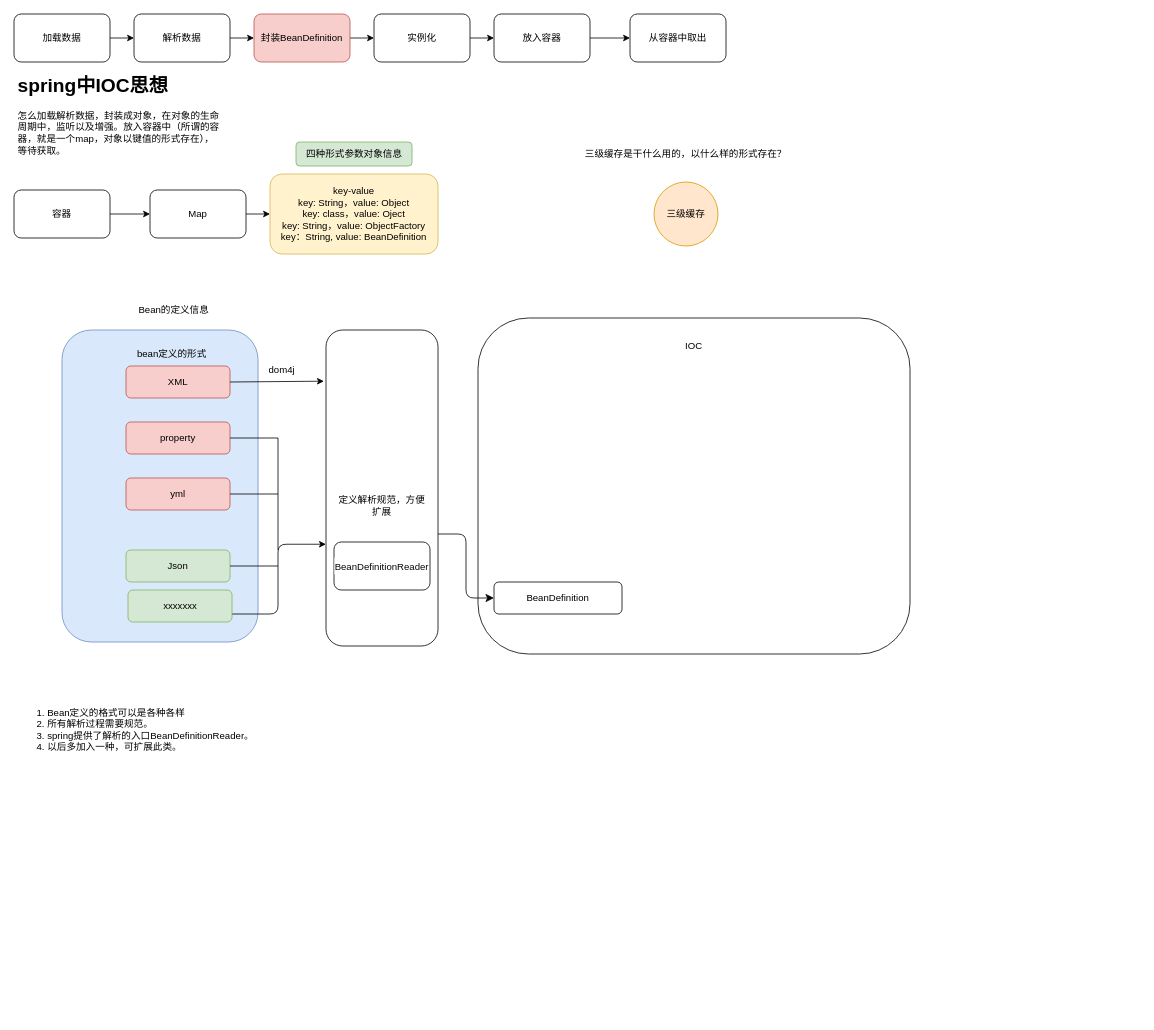
Earlier version of the draw.io diagram spring流程图.drawio (huangkemingyyds/drawing). Source tidied: cells renumbered, new cells numbered last; positions are measured from the earlier drawing's top-left corner, leaving out a move shared by most shapes. Both pictures are drawn from the tidied source at 80%, with x=0, y=0 at pixel (14, 14).
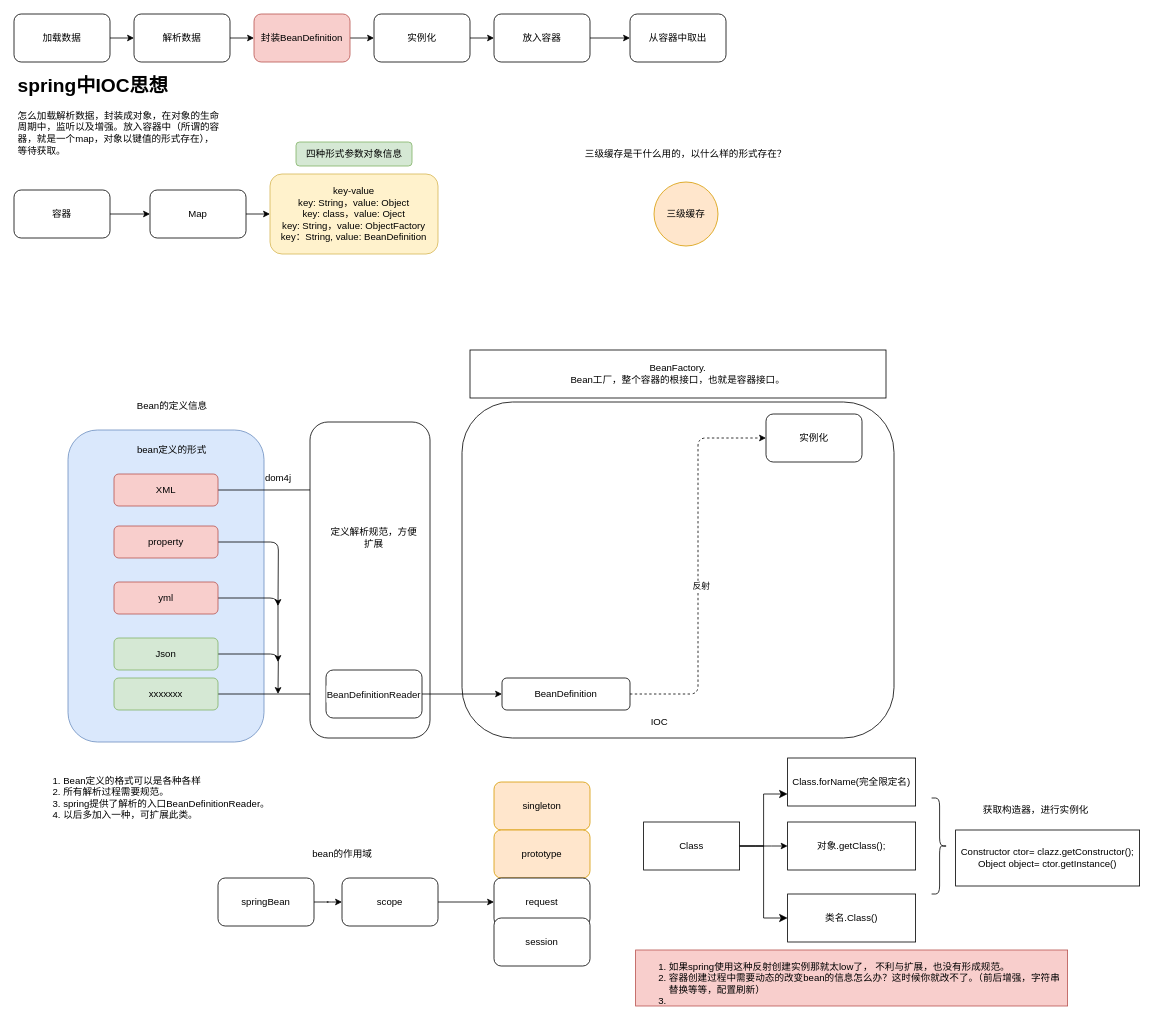
After the change.

Commit message (it also covers changes not shown here):
更新spring流程图.drawio

Change to the diagram source:
```diff
@@
-    <mxCell id="2" style="rounded=1;whiteSpace=wrap;html=1;fillColor=#dae8fc;strokeColor=#6c8ebf;" parent="1" vertex="1">
-      <mxGeometry x="60" y="395" width="245" height="390" as="geometry" />
+    <mxCell id="2" style="rounded=1;whiteSpace=wrap;html=1;fillColor=#dae8fc;strokeColor=#6c8ebf;arcSize=15;shadow=0;" parent="1" vertex="1">
+      <mxGeometry x="67.5" y="520" width="245" height="390" as="geometry" />
     </mxCell>
@@
-    <mxCell id="23" style="rounded=1;whiteSpace=wrap;html=1;" parent="1" vertex="1">
-      <mxGeometry x="580" y="380" width="540" height="420" as="geometry" />
+    <mxCell id="23" style="rounded=1;whiteSpace=wrap;html=1;shadow=0;" parent="1" vertex="1">
+      <mxGeometry x="560" y="485" width="540" height="420" as="geometry" />
     </mxCell>
-    <mxCell id="24" value="IOC" style="text;html=1;strokeColor=none;fillColor=none;align=center;verticalAlign=middle;whiteSpace=wrap;rounded=1;strokeWidth=3;" parent="1" vertex="1">
-      <mxGeometry x="820" y="400" width="60" height="30" as="geometry" />
+    <mxCell id="24" value="IOC" style="text;html=1;strokeColor=none;fillColor=none;align=center;verticalAlign=middle;whiteSpace=wrap;rounded=1;strokeWidth=3;shadow=0;" parent="1" vertex="1">
+      <mxGeometry x="777" y="870" width="60" height="30" as="geometry" />
     </mxCell>
-    <mxCell id="25" style="edgeStyle=orthogonalEdgeStyle;rounded=1;orthogonalLoop=1;jettySize=auto;html=1;exitX=0.5;exitY=1;exitDx=0;exitDy=0;" parent="1" edge="1" source="24" target="24">
+    <mxCell id="25" style="edgeStyle=orthogonalEdgeStyle;rounded=1;orthogonalLoop=1;jettySize=auto;html=1;exitX=0.5;exitY=1;exitDx=0;exitDy=0;shadow=0;" parent="1" edge="1" source="24" target="24">
       <mxGeometry relative="1" as="geometry" />
     </mxCell>
+    <mxCell id="46" style="edgeStyle=orthogonalEdgeStyle;rounded=1;jettySize=auto;html=1;entryX=0.071;entryY=0.215;entryDx=0;entryDy=0;entryPerimeter=0;" parent="1" edge="1" source="26" target="35">
+      <mxGeometry relative="1" as="geometry" />
+    </mxCell>
-    <mxCell id="26" value="XML" style="rounded=1;whiteSpace=wrap;html=1;fillColor=#f8cecc;strokeColor=#b85450;" parent="1" vertex="1">
-      <mxGeometry x="140" y="440" width="130" height="40" as="geometry" />
+    <mxCell id="26" value="XML" style="rounded=1;whiteSpace=wrap;html=1;fillColor=#f8cecc;strokeColor=#b85450;shadow=0;" parent="1" vertex="1">
+      <mxGeometry x="125" y="575" width="130" height="40" as="geometry" />
     </mxCell>
-    <mxCell id="27" value="Bean的定义信息" style="text;html=1;strokeColor=none;fillColor=none;align=center;verticalAlign=middle;whiteSpace=wrap;rounded=1;" parent="1" vertex="1">
-      <mxGeometry x="150" y="360" width="100" height="20" as="geometry" />
+    <mxCell id="27" value="Bean的定义信息" style="text;html=1;strokeColor=none;fillColor=none;align=center;verticalAlign=middle;whiteSpace=wrap;rounded=1;shadow=0;" parent="1" vertex="1">
+      <mxGeometry x="147.5" y="480" width="100" height="20" as="geometry" />
     </mxCell>
+    <mxCell id="47" style="edgeStyle=orthogonalEdgeStyle;rounded=1;jettySize=auto;html=1;exitX=1;exitY=0.5;exitDx=0;exitDy=0;" parent="1" edge="1" source="28">
+      <mxGeometry relative="1" as="geometry">
+        <mxPoint x="330" y="740" as="targetPoint" />
+      </mxGeometry>
+    </mxCell>
-    <mxCell id="28" value="property" style="rounded=1;whiteSpace=wrap;html=1;fillColor=#f8cecc;strokeColor=#b85450;" parent="1" vertex="1">
-      <mxGeometry x="140" y="510" width="130" height="40" as="geometry" />
+    <mxCell id="28" value="property" style="rounded=1;whiteSpace=wrap;html=1;fillColor=#f8cecc;strokeColor=#b85450;shadow=0;" parent="1" vertex="1">
+      <mxGeometry x="125" y="640" width="130" height="40" as="geometry" />
     </mxCell>
+    <mxCell id="48" style="edgeStyle=orthogonalEdgeStyle;rounded=1;jettySize=auto;html=1;exitX=1;exitY=0.5;exitDx=0;exitDy=0;" parent="1" edge="1" source="29">
+      <mxGeometry relative="1" as="geometry">
+        <mxPoint x="330" y="810" as="targetPoint" />
+        <Array as="points">
+          <mxPoint x="330" y="730" />
+        </Array>
+      </mxGeometry>
+    </mxCell>
-    <mxCell id="29" value="yml" style="rounded=1;whiteSpace=wrap;html=1;fillColor=#f8cecc;strokeColor=#b85450;" parent="1" vertex="1">
-      <mxGeometry x="140" y="580" width="130" height="40" as="geometry" />
+    <mxCell id="29" value="yml" style="rounded=1;whiteSpace=wrap;html=1;fillColor=#f8cecc;strokeColor=#b85450;shadow=0;" parent="1" vertex="1">
+      <mxGeometry x="125" y="710" width="130" height="40" as="geometry" />
     </mxCell>
+    <mxCell id="49" style="edgeStyle=orthogonalEdgeStyle;rounded=1;jettySize=auto;html=1;" parent="1" edge="1" source="30">
+      <mxGeometry relative="1" as="geometry">
+        <mxPoint x="330" y="850" as="targetPoint" />
+      </mxGeometry>
+    </mxCell>
-    <mxCell id="30" value="Json" style="rounded=1;whiteSpace=wrap;html=1;fillColor=#d5e8d4;strokeColor=#82b366;" parent="1" vertex="1">
-      <mxGeometry x="140" y="670" width="130" height="40" as="geometry" />
+    <mxCell id="30" value="Json" style="rounded=1;whiteSpace=wrap;html=1;fillColor=#d5e8d4;strokeColor=#82b366;shadow=0;" parent="1" vertex="1">
+      <mxGeometry x="125" y="780" width="130" height="40" as="geometry" />
     </mxCell>
-    <mxCell id="31" value="bean定义的形式" style="text;html=1;strokeColor=none;fillColor=none;align=center;verticalAlign=middle;whiteSpace=wrap;rounded=1;" parent="1" vertex="1">
-      <mxGeometry x="140" y="420" width="115" height="10" as="geometry" />
+    <mxCell id="31" value="bean定义的形式" style="text;html=1;strokeColor=none;fillColor=none;align=center;verticalAlign=middle;whiteSpace=wrap;rounded=1;shadow=0;" parent="1" vertex="1">
+      <mxGeometry x="140" y="540" width="115" height="10" as="geometry" />
     </mxCell>
-    <mxCell id="32" style="edgeStyle=orthogonalEdgeStyle;rounded=1;jettySize=auto;html=1;exitX=1;exitY=0.75;exitDx=0;exitDy=0;entryX=-0.001;entryY=0.678;entryDx=0;entryDy=0;entryPerimeter=0;" parent="1" edge="1" source="33" target="35">
-      <mxGeometry relative="1" as="geometry">
-        <Array as="points">
-          <mxPoint x="330" y="750" />
-          <mxPoint x="330" y="663" />
-        </Array>
-      </mxGeometry>
-    </mxCell>
+    <mxCell id="50" style="edgeStyle=orthogonalEdgeStyle;rounded=1;jettySize=auto;html=1;exitX=1;exitY=0.5;exitDx=0;exitDy=0;" parent="1" edge="1" source="33" target="41">
+      <mxGeometry relative="1" as="geometry" />
+    </mxCell>
-    <mxCell id="33" value="xxxxxxx" style="rounded=1;whiteSpace=wrap;html=1;fillColor=#d5e8d4;strokeColor=#82b366;" parent="1" vertex="1">
-      <mxGeometry x="142.5" y="720" width="130" height="40" as="geometry" />
+    <mxCell id="33" value="xxxxxxx" style="rounded=1;whiteSpace=wrap;html=1;fillColor=#d5e8d4;strokeColor=#82b366;shadow=0;" parent="1" vertex="1">
+      <mxGeometry x="125" y="830" width="130" height="40" as="geometry" />
     </mxCell>
+    <mxCell id="51" style="edgeStyle=orthogonalEdgeStyle;rounded=1;jettySize=auto;html=1;exitX=1;exitY=0.5;exitDx=0;exitDy=0;entryX=0;entryY=0.5;entryDx=0;entryDy=0;dashed=1;" parent="1" edge="1" source="34" target="54">
+      <mxGeometry relative="1" as="geometry" />
+    </mxCell>
+    <mxCell id="52" value="反射" style="edgeLabel;html=1;align=center;verticalAlign=middle;rounded=1;" parent="51" vertex="1">
+      <mxGeometry x="-0.1" y="-3" relative="1" as="geometry" />
+    </mxCell>
-    <mxCell id="34" value="BeanDefinition" style="rounded=1;whiteSpace=wrap;html=1;" parent="1" vertex="1">
-      <mxGeometry x="600" y="710" width="160" height="40" as="geometry" />
+    <mxCell id="34" value="BeanDefinition" style="rounded=1;whiteSpace=wrap;html=1;shadow=0;" parent="1" vertex="1">
+      <mxGeometry x="610" y="830" width="160" height="40" as="geometry" />
     </mxCell>
-    <mxCell id="35" style="rounded=1;whiteSpace=wrap;html=1;" parent="1" vertex="1">
-      <mxGeometry x="390" y="395" width="140" height="395" as="geometry" />
+    <mxCell id="35" style="rounded=1;whiteSpace=wrap;html=1;shadow=0;" parent="1" vertex="1">
+      <mxGeometry x="370" y="510" width="150" height="395" as="geometry" />
     </mxCell>
-    <mxCell id="36" value="定义解析规范，方便扩展" style="text;html=1;strokeColor=none;fillColor=none;align=center;verticalAlign=middle;whiteSpace=wrap;rounded=1;" parent="1" vertex="1">
-      <mxGeometry x="400" y="600" width="120" height="30" as="geometry" />
+    <mxCell id="36" value="定义解析规范，方便扩展" style="text;html=1;strokeColor=none;fillColor=none;align=center;verticalAlign=middle;whiteSpace=wrap;rounded=1;shadow=0;" parent="1" vertex="1">
+      <mxGeometry x="390" y="640" width="120" height="30" as="geometry" />
     </mxCell>
-    <mxCell id="37" style="endArrow=none;html=1;rounded=1;" parent="1" edge="1">
-      <mxGeometry relative="1" as="geometry">
-        <mxPoint x="270" y="690" as="sourcePoint" />
-        <mxPoint x="330" y="690" as="targetPoint" />
-      </mxGeometry>
-    </mxCell>
-    <mxCell id="38" style="endArrow=none;html=1;rounded=1;" parent="1" edge="1">
-      <mxGeometry relative="1" as="geometry">
-        <mxPoint x="270" y="600" as="sourcePoint" />
-        <mxPoint x="330" y="600" as="targetPoint" />
-      </mxGeometry>
-    </mxCell>
-    <mxCell id="39" style="endArrow=none;html=1;rounded=1;" parent="1" edge="1">
-      <mxGeometry relative="1" as="geometry">
-        <mxPoint x="270" y="530" as="sourcePoint" />
-        <mxPoint x="330" y="530" as="targetPoint" />
-      </mxGeometry>
-    </mxCell>
-    <mxCell id="40" style="endArrow=none;html=1;rounded=1;" parent="1" edge="1">
-      <mxGeometry relative="1" as="geometry">
-        <mxPoint x="330" y="530" as="sourcePoint" />
-        <mxPoint x="330" y="670" as="targetPoint" />
-      </mxGeometry>
-    </mxCell>
+    <mxCell id="53" style="edgeStyle=orthogonalEdgeStyle;rounded=1;jettySize=auto;html=1;exitX=1;exitY=0.5;exitDx=0;exitDy=0;" parent="1" edge="1" source="41" target="34">
+      <mxGeometry relative="1" as="geometry" />
+    </mxCell>
-    <mxCell id="41" value="&lt;div style=&quot;background-color: rgb(255, 255, 255);&quot;&gt;&lt;pre style=&quot;&quot;&gt;&lt;pre style=&quot;border-color: var(--border-color);&quot;&gt;&lt;font face=&quot;Helvetica&quot; color=&quot;#080808&quot;&gt;BeanDefinitionReader&lt;/font&gt;&lt;font face=&quot;JetBrains Mono, monospace&quot; color=&quot;#080808&quot;&gt;&lt;span style=&quot;font-size: 13.5pt;&quot;&gt;&lt;br&gt;&lt;/span&gt;&lt;/font&gt;&lt;/pre&gt;&lt;/pre&gt;&lt;/div&gt;" style="rounded=1;whiteSpace=wrap;html=1;" parent="1" vertex="1">
-      <mxGeometry x="400" y="660" width="120" height="60" as="geometry" />
+    <mxCell id="41" value="&lt;div style=&quot;background-color: rgb(255, 255, 255);&quot;&gt;&lt;pre style=&quot;&quot;&gt;&lt;pre style=&quot;border-color: var(--border-color);&quot;&gt;&lt;font face=&quot;Helvetica&quot; color=&quot;#080808&quot;&gt;BeanDefinitionReader&lt;/font&gt;&lt;font face=&quot;JetBrains Mono, monospace&quot; color=&quot;#080808&quot;&gt;&lt;span style=&quot;font-size: 13.5pt;&quot;&gt;&lt;br&gt;&lt;/span&gt;&lt;/font&gt;&lt;/pre&gt;&lt;/pre&gt;&lt;/div&gt;" style="rounded=1;whiteSpace=wrap;html=1;shadow=0;" parent="1" vertex="1">
+      <mxGeometry x="390" y="820" width="120" height="60" as="geometry" />
     </mxCell>
-    <mxCell id="42" style="edgeStyle=elbowEdgeStyle;elbow=horizontal;endArrow=classic;html=1;curved=0;rounded=1;endSize=8;startSize=8;" parent="1" edge="1" target="34">
-      <mxGeometry relative="1" as="geometry">
-        <mxPoint x="530" y="650" as="sourcePoint" />
-      </mxGeometry>
-    </mxCell>
-    <mxCell id="43" style="endArrow=classic;html=1;rounded=1;entryX=-0.019;entryY=0.162;entryDx=0;entryDy=0;entryPerimeter=0;" parent="1" edge="1" target="35">
-      <mxGeometry relative="1" as="geometry">
-        <mxPoint x="270" y="460" as="sourcePoint" />
-      </mxGeometry>
-    </mxCell>
+    <mxCell id="45" value="&lt;ol&gt;&lt;li&gt;Bean定义的格式可以是各种各样&lt;/li&gt;&lt;li&gt;所有解析过程需要规范。&lt;/li&gt;&lt;li&gt;spring提供了解析的入口BeanDefinitionReader。&lt;/li&gt;&lt;li&gt;以后多加入一种，可扩展此类。&lt;/li&gt;&lt;/ol&gt;" style="text;html=1;strokeColor=none;fillColor=none;align=left;verticalAlign=middle;whiteSpace=wrap;rounded=1;" parent="1" vertex="1">
+      <mxGeometry x="20" y="930" width="310" height="100" as="geometry" />
+    </mxCell>
-    <mxCell id="44" value="dom4j" style="text;html=1;strokeColor=none;fillColor=none;align=center;verticalAlign=middle;whiteSpace=wrap;rounded=1;" parent="1" vertex="1">
-      <mxGeometry x="305" y="430" width="60" height="30" as="geometry" />
+    <mxCell id="44" value="dom4j" style="text;html=1;align=center;verticalAlign=middle;strokeColor=none;fillColor=none;rounded=1;" parent="1" vertex="1">
+      <mxGeometry x="300" y="565" width="60" height="30" as="geometry" />
     </mxCell>
-    <mxCell id="45" value="&lt;ol&gt;&lt;li&gt;Bean定义的格式可以是各种各样&lt;/li&gt;&lt;li&gt;所有解析过程需要规范。&lt;/li&gt;&lt;li&gt;spring提供了解析的入口BeanDefinitionReader。&lt;/li&gt;&lt;li&gt;以后多加入一种，可扩展此类。&lt;/li&gt;&lt;/ol&gt;" style="text;html=1;strokeColor=none;fillColor=none;align=left;verticalAlign=middle;whiteSpace=wrap;rounded=1;" parent="1" vertex="1">
-      <mxGeometry y="830" width="410" height="130" as="geometry" />
-    </mxCell>
+    <mxCell id="54" value="实例化" style="rounded=1;whiteSpace=wrap;html=1;" parent="1" vertex="1">
+      <mxGeometry x="940" y="500" width="120" height="60" as="geometry" />
+    </mxCell>
+    <mxCell id="55" style="edgeStyle=orthogonalEdgeStyle;rounded=1;jettySize=auto;html=1;" parent="1" edge="1" source="56" target="58">
+      <mxGeometry relative="1" as="geometry" />
+    </mxCell>
+    <mxCell id="56" value="springBean" style="rounded=1;whiteSpace=wrap;html=1;" parent="1" vertex="1">
+      <mxGeometry x="255" y="1080" width="120" height="60" as="geometry" />
+    </mxCell>
+    <mxCell id="57" style="edgeStyle=elbowEdgeStyle;rounded=1;jettySize=auto;elbow=vertical;html=1;" parent="1" edge="1" source="58" target="61">
+      <mxGeometry relative="1" as="geometry" />
+    </mxCell>
+    <mxCell id="58" value="scope" style="rounded=1;whiteSpace=wrap;html=1;" parent="1" vertex="1">
+      <mxGeometry x="410" y="1080" width="120" height="60" as="geometry" />
+    </mxCell>
+    <mxCell id="59" value="singleton" style="rounded=1;whiteSpace=wrap;html=1;fillColor=#ffe6cc;strokeColor=#d79b00;" parent="1" vertex="1">
+      <mxGeometry x="600" y="960" width="120" height="60" as="geometry" />
+    </mxCell>
+    <mxCell id="60" value="prototype" style="rounded=1;whiteSpace=wrap;html=1;fillColor=#ffe6cc;strokeColor=#d79b00;" parent="1" vertex="1">
+      <mxGeometry x="600" y="1020" width="120" height="60" as="geometry" />
+    </mxCell>
+    <mxCell id="61" value="request" style="rounded=1;whiteSpace=wrap;html=1;" parent="1" vertex="1">
+      <mxGeometry x="600" y="1080" width="120" height="60" as="geometry" />
+    </mxCell>
+    <mxCell id="62" value="session" style="rounded=1;whiteSpace=wrap;html=1;" parent="1" vertex="1">
+      <mxGeometry x="600" y="1130" width="120" height="60" as="geometry" />
+    </mxCell>
+    <mxCell id="63" value="bean的作用域" style="text;html=1;align=center;verticalAlign=middle;strokeColor=none;fillColor=none;rounded=1;" parent="1" vertex="1">
+      <mxGeometry x="360" y="1035" width="100" height="30" as="geometry" />
+    </mxCell>
+    <mxCell id="64" value="BeanFactory.&lt;br&gt;Bean工厂，整个容器的根接口，也就是容器接口。&lt;br&gt;" style="rounded=0;whiteSpace=wrap;html=1;" parent="1" vertex="1">
+      <mxGeometry x="570" y="420" width="520" height="60" as="geometry" />
+    </mxCell>
+    <mxCell id="65" style="group;" parent="1" vertex="1">
+      <mxGeometry x="777" y="930" width="630" height="310" as="geometry" />
+    </mxCell>
+    <mxCell id="66" value="Class.forName(完全限定名)" style="rounded=0;whiteSpace=wrap;html=1;" parent="65" vertex="1">
+      <mxGeometry x="190" width="160" height="60" as="geometry" />
+    </mxCell>
+    <mxCell id="67" style="group;" parent="65" vertex="1">
+      <mxGeometry y="50" width="630" height="260" as="geometry" />
+    </mxCell>
+    <mxCell id="68" value="Class" style="rounded=0;whiteSpace=wrap;html=1;" parent="67" vertex="1">
+      <mxGeometry x="10" y="30" width="120" height="60" as="geometry" />
+    </mxCell>
+    <mxCell id="69" value="类名.Class()" style="rounded=0;whiteSpace=wrap;html=1;" parent="67" vertex="1">
+      <mxGeometry x="190" y="120" width="160" height="60" as="geometry" />
+    </mxCell>
+    <mxCell id="70" value="对象.getClass();" style="rounded=0;whiteSpace=wrap;html=1;" parent="67" vertex="1">
+      <mxGeometry x="190" y="30" width="160" height="60" as="geometry" />
+    </mxCell>
+    <mxCell id="71" style="edgeStyle=elbowEdgeStyle;rounded=1;jettySize=auto;elbow=vertical;html=1;" parent="67" edge="1" source="68" target="70">
+      <mxGeometry relative="1" as="geometry" />
+    </mxCell>
+    <mxCell id="72" style="edgeStyle=elbowEdgeStyle;elbow=horizontal;endArrow=classic;html=1;curved=0;rounded=0;endSize=8;startSize=8;entryX=0;entryY=0.75;entryDx=0;entryDy=0;" parent="67" edge="1" target="66">
+      <mxGeometry relative="1" as="geometry">
+        <mxPoint x="130" y="60" as="sourcePoint" />
+      </mxGeometry>
+    </mxCell>
+    <mxCell id="73" style="edgeStyle=elbowEdgeStyle;elbow=horizontal;endArrow=classic;html=1;curved=0;rounded=0;endSize=8;startSize=8;entryX=0;entryY=0.5;entryDx=0;entryDy=0;" parent="67" edge="1" target="69">
+      <mxGeometry relative="1" as="geometry">
+        <mxPoint x="130" y="60" as="sourcePoint" />
+      </mxGeometry>
+    </mxCell>
+    <mxCell id="74" style="shape=curlyBracket;whiteSpace=wrap;html=1;rounded=1;flipH=1;labelPosition=right;verticalLabelPosition=middle;align=left;verticalAlign=middle;" parent="67" vertex="1">
+      <mxGeometry x="370" width="20" height="120" as="geometry" />
+    </mxCell>
+    <mxCell id="75" value="Constructor ctor= clazz.getConstructor();&lt;br&gt;Object object= ctor.getInstance()" style="rounded=0;whiteSpace=wrap;html=1;" parent="67" vertex="1">
+      <mxGeometry x="400" y="40" width="230" height="70" as="geometry" />
+    </mxCell>
+    <mxCell id="76" value="获取构造器，进行实例化" style="text;html=1;align=center;verticalAlign=middle;strokeColor=none;fillColor=none;" parent="67" vertex="1">
+      <mxGeometry x="420" width="160" height="30" as="geometry" />
+    </mxCell>
+    <mxCell id="77" value="&lt;div style=&quot;&quot;&gt;&lt;br&gt;&lt;/div&gt;&lt;ol style=&quot;border-color: var(--border-color);&quot;&gt;&lt;li style=&quot;border-color: var(--border-color);&quot;&gt;如果spring使用这种反射创建实例那就太low了， 不利与扩展，也没有形成规范。&lt;/li&gt;&lt;li style=&quot;border-color: var(--border-color);&quot;&gt;容器创建过程中需要动态的改变bean的信息怎么办？这时候你就改不了。（前后增强，字符串替换等等，配置刷新）&lt;/li&gt;&lt;li style=&quot;border-color: var(--border-color);&quot;&gt;&lt;br style=&quot;border-color: var(--border-color);&quot;&gt;&lt;/li&gt;&lt;/ol&gt;" style="rounded=0;whiteSpace=wrap;html=1;align=left;fillColor=#f8cecc;strokeColor=#b85450;" parent="67" vertex="1">
+      <mxGeometry y="190" width="540" height="70" as="geometry" />
+    </mxCell>
```
